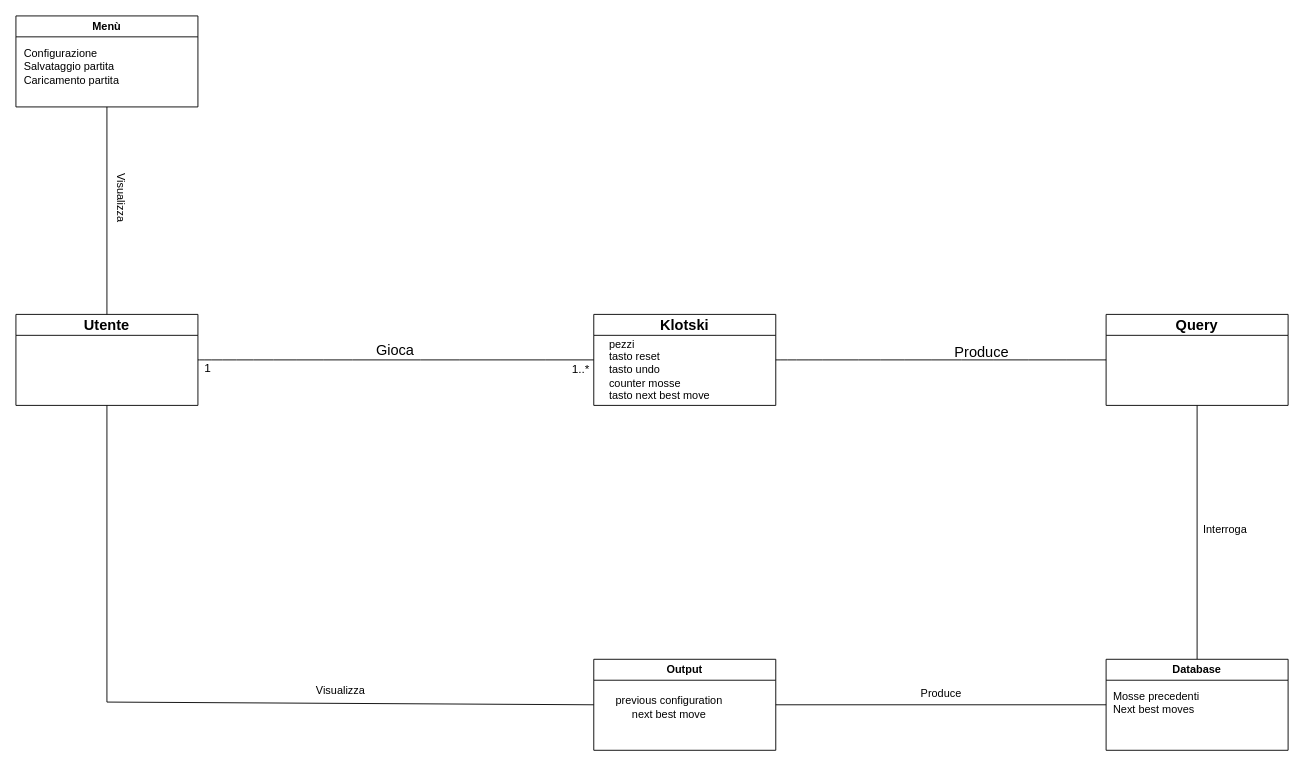
trikkeballakke/Test keeps this draw.io diagram as Domain Model.drawio. Above is the earlier version. Source tidied: cells renumbered, new cells numbered last; positions are measured from the earlier drawing's top-left corner, leaving out a move shared by most shapes. Both pictures are drawn from the tidied source at 91%, with x=0, y=0 at pixel (15, 15).
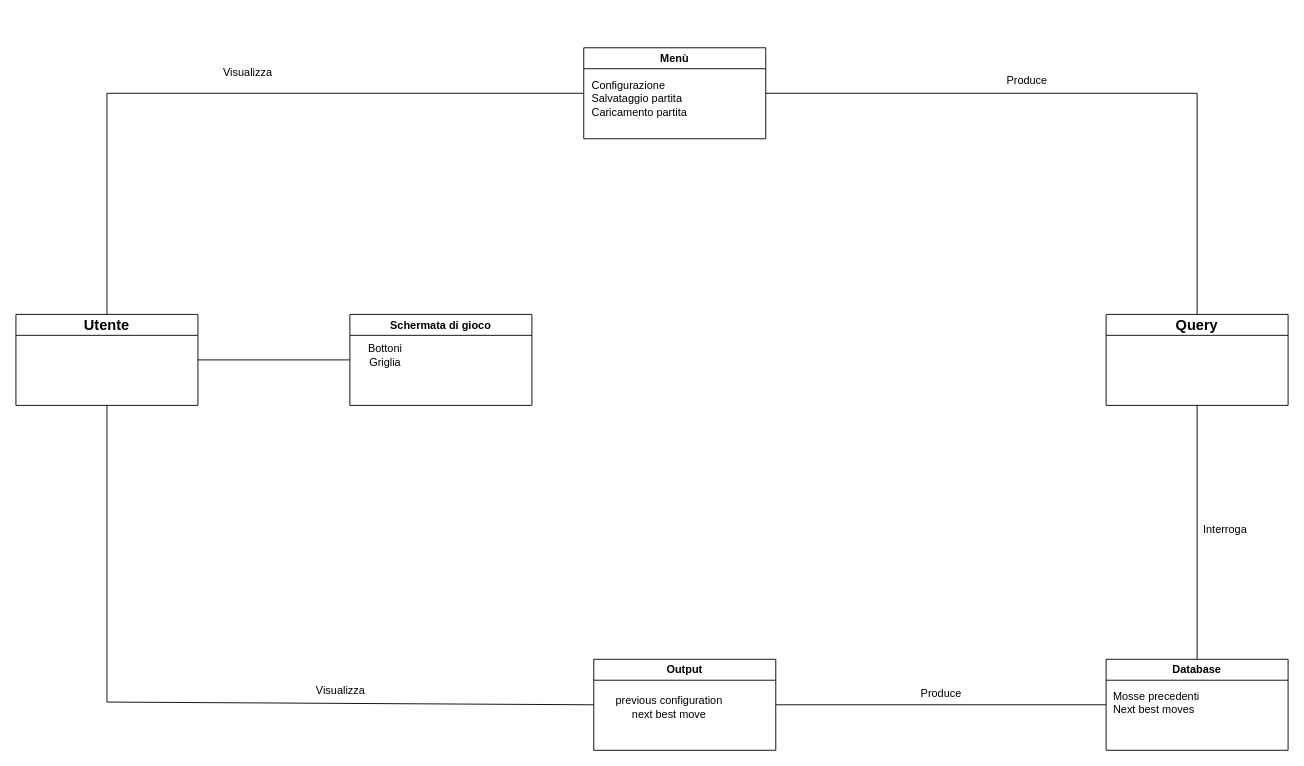
Above is the later version.

The change refers to these unchanged cells:
```xml
<mxCell id="3" value="Utente" style="swimlane;whiteSpace=wrap;html=1;fontSize=16;" parent="1" vertex="1">
  <mxGeometry y="328" width="200" height="100" as="geometry" />
</mxCell>
<mxCell id="12" value="Query" style="swimlane;whiteSpace=wrap;html=1;fontSize=16;" parent="1" vertex="1">
  <mxGeometry x="1198" y="328" width="200" height="100" as="geometry" />
</mxCell>
```

Diff of the diagram source:
```diff
@@
-    <mxCell id="2" style="edgeStyle=none;curved=1;rounded=0;jettySize=auto;html=1;exitX=1;exitY=0.5;exitDx=0;exitDy=0;entryX=0;entryY=0.5;entryDx=0;entryDy=0;fontSize=12;startSize=8;endSize=8;strokeColor=none;" parent="1" edge="1" source="3" target="4">
-      <mxGeometry relative="1" as="geometry" />
+    <mxCell id="2" style="edgeStyle=none;curved=1;rounded=0;jettySize=auto;html=1;exitX=1;exitY=0.5;exitDx=0;exitDy=0;entryX=0;entryY=0.5;entryDx=0;entryDy=0;fontSize=12;startSize=8;endSize=8;strokeColor=none;" parent="1" edge="1" source="3">
+      <mxGeometry relative="1" as="geometry">
+        <mxPoint x="635" y="378" as="targetPoint" />
+      </mxGeometry>
     </mxCell>
@@
-    <mxCell id="4" value="Klotski" style="swimlane;whiteSpace=wrap;html=1;fontSize=16;" parent="1" vertex="1">
-      <mxGeometry x="635" y="328" width="200" height="100" as="geometry" />
-    </mxCell>
-    <mxCell id="5" value="&lt;div style=&quot;text-align: left;&quot;&gt;pezzi&lt;/div&gt;&lt;div style=&quot;text-align: left;&quot;&gt;tasto reset&lt;/div&gt;&lt;div style=&quot;text-align: left;&quot;&gt;tasto undo&lt;/div&gt;&lt;div style=&quot;text-align: left;&quot;&gt;counter mosse&lt;/div&gt;&lt;div style=&quot;text-align: left;&quot;&gt;tasto next best move&lt;/div&gt;" style="text;html=1;strokeColor=none;fillColor=none;align=center;verticalAlign=middle;whiteSpace=wrap;rounded=0;" parent="4" vertex="1">
-      <mxGeometry x="-27" y="24" width="199" height="74" as="geometry" />
-    </mxCell>
-    <mxCell id="6" style="endArrow=none;html=1;rounded=0;fontSize=12;startSize=8;endSize=8;curved=1;exitX=1;exitY=0.5;exitDx=0;exitDy=0;entryX=0;entryY=0.5;entryDx=0;entryDy=0;" parent="1" edge="1" source="3" target="4">
-      <mxGeometry relative="1" as="geometry" />
-    </mxCell>
-    <mxCell id="7" value="Gioca" style="text;html=1;strokeColor=none;fillColor=none;align=center;verticalAlign=middle;whiteSpace=wrap;rounded=0;fontSize=16;" parent="1" vertex="1">
-      <mxGeometry x="387" y="352" width="60" height="30" as="geometry" />
-    </mxCell>
-    <mxCell id="8" value="1" style="text;html=1;strokeColor=none;fillColor=none;align=center;verticalAlign=middle;whiteSpace=wrap;rounded=0;fontSize=13;" parent="1" vertex="1">
-      <mxGeometry x="206" y="382" width="10" height="10" as="geometry" />
-    </mxCell>
-    <mxCell id="9" value="&lt;font style=&quot;font-size: 13px;&quot;&gt;1..*&lt;/font&gt;" style="text;html=1;strokeColor=none;fillColor=none;align=center;verticalAlign=middle;whiteSpace=wrap;rounded=0;fontSize=16;" parent="1" vertex="1">
-      <mxGeometry x="616" y="382" width="10" height="10" as="geometry" />
-    </mxCell>
-    <mxCell id="10" style="endArrow=none;html=1;rounded=0;fontSize=12;startSize=8;endSize=8;curved=1;exitX=1;exitY=0.5;exitDx=0;exitDy=0;entryX=0;entryY=0.5;entryDx=0;entryDy=0;" parent="1" edge="1" source="4" target="12">
-      <mxGeometry relative="1" as="geometry" />
-    </mxCell>
-    <mxCell id="11" value="Produce" style="text;strokeColor=none;align=center;fillColor=none;html=1;verticalAlign=middle;whiteSpace=wrap;rounded=0;fontSize=16;" parent="1" vertex="1">
-      <mxGeometry x="1003" y="354" width="117" height="30" as="geometry" />
-    </mxCell>
@@
     <mxCell id="13" value="Menù" style="swimlane;whiteSpace=wrap;html=1;" parent="1" vertex="1">
-      <mxGeometry width="200" height="100" as="geometry" />
+      <mxGeometry x="624" y="35" width="200" height="100" as="geometry" />
     </mxCell>
@@
-    <mxCell id="15" style="endArrow=none;html=1;rounded=0;exitX=0.5;exitY=0;exitDx=0;exitDy=0;entryX=0.5;entryY=1;entryDx=0;entryDy=0;" parent="1" edge="1" source="3" target="13">
-      <mxGeometry relative="1" as="geometry" />
+    <mxCell id="15" style="endArrow=none;html=1;rounded=0;exitX=0.5;exitY=0;exitDx=0;exitDy=0;entryX=0;entryY=0.5;entryDx=0;entryDy=0;" parent="1" edge="1" source="3" target="13">
+      <mxGeometry relative="1" as="geometry">
+        <Array as="points">
+          <mxPoint x="100" y="85" />
+        </Array>
+      </mxGeometry>
     </mxCell>
-    <mxCell id="16" value="Visualizza" style="text;strokeColor=none;align=center;fillColor=none;html=1;verticalAlign=middle;whiteSpace=wrap;rounded=0;rotation=90;" parent="1" vertex="1">
-      <mxGeometry x="38" y="185" width="155" height="30" as="geometry" />
-    </mxCell>
@@
+    <mxCell id="27" value="Schermata di gioco" style="swimlane;whiteSpace=wrap;html=1;" parent="1" vertex="1">
+      <mxGeometry x="367" y="328" width="200" height="100" as="geometry" />
+    </mxCell>
+    <mxCell id="28" value="Bottoni&lt;br&gt;Griglia" style="text;html=1;strokeColor=none;fillColor=none;align=center;verticalAlign=middle;whiteSpace=wrap;rounded=0;" parent="27" vertex="1">
+      <mxGeometry x="9" y="30" width="60" height="30" as="geometry" />
+    </mxCell>
+    <mxCell id="29" style="endArrow=none;html=1;rounded=0;exitX=1;exitY=0.5;exitDx=0;exitDy=0;entryX=0;entryY=0.5;entryDx=0;entryDy=0;" parent="1" edge="1" source="3" target="27">
+      <mxGeometry relative="1" as="geometry" />
+    </mxCell>
+    <mxCell id="16" value="Visualizza" style="text;html=1;strokeColor=none;fillColor=none;align=center;verticalAlign=middle;whiteSpace=wrap;rounded=0;" parent="1" vertex="1">
+      <mxGeometry x="225" y="47" width="60" height="30" as="geometry" />
+    </mxCell>
+    <mxCell id="30" style="endArrow=none;html=1;rounded=0;exitX=1;exitY=0.5;exitDx=0;exitDy=0;entryX=0.5;entryY=0;entryDx=0;entryDy=0;" parent="1" edge="1" source="13" target="12">
+      <mxGeometry relative="1" as="geometry">
+        <Array as="points">
+          <mxPoint x="1298" y="85" />
+        </Array>
+      </mxGeometry>
+    </mxCell>
+    <mxCell id="11" value="Produce" style="text;strokeColor=none;fillColor=none;align=left;verticalAlign=middle;spacingLeft=4;spacingRight=4;overflow=hidden;whiteSpace=wrap;html=1;" parent="1" vertex="1">
+      <mxGeometry x="1083" y="56" width="80" height="30" as="geometry" />
+    </mxCell>
```
